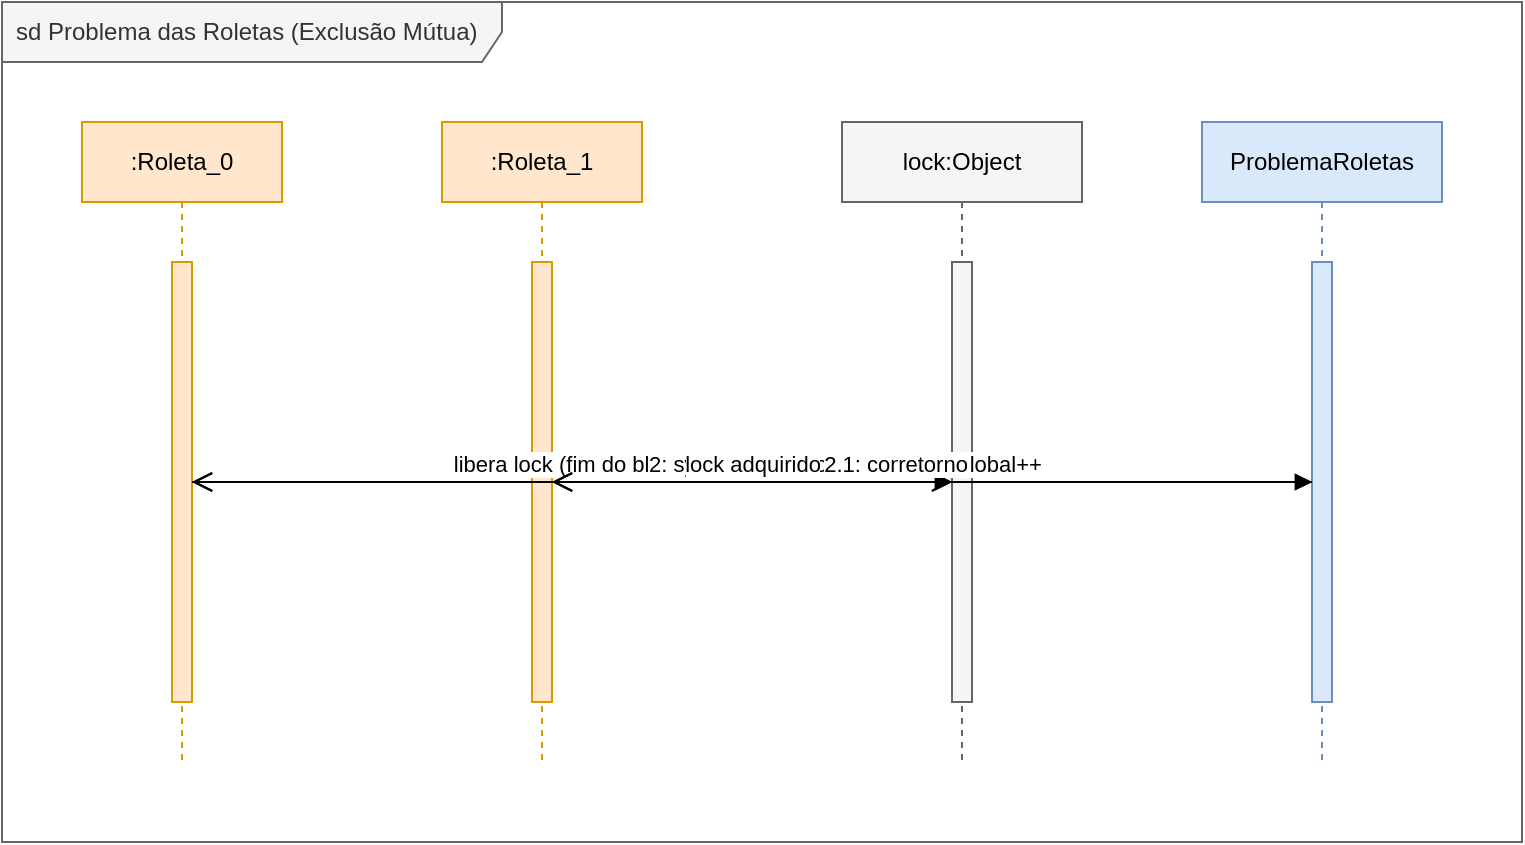
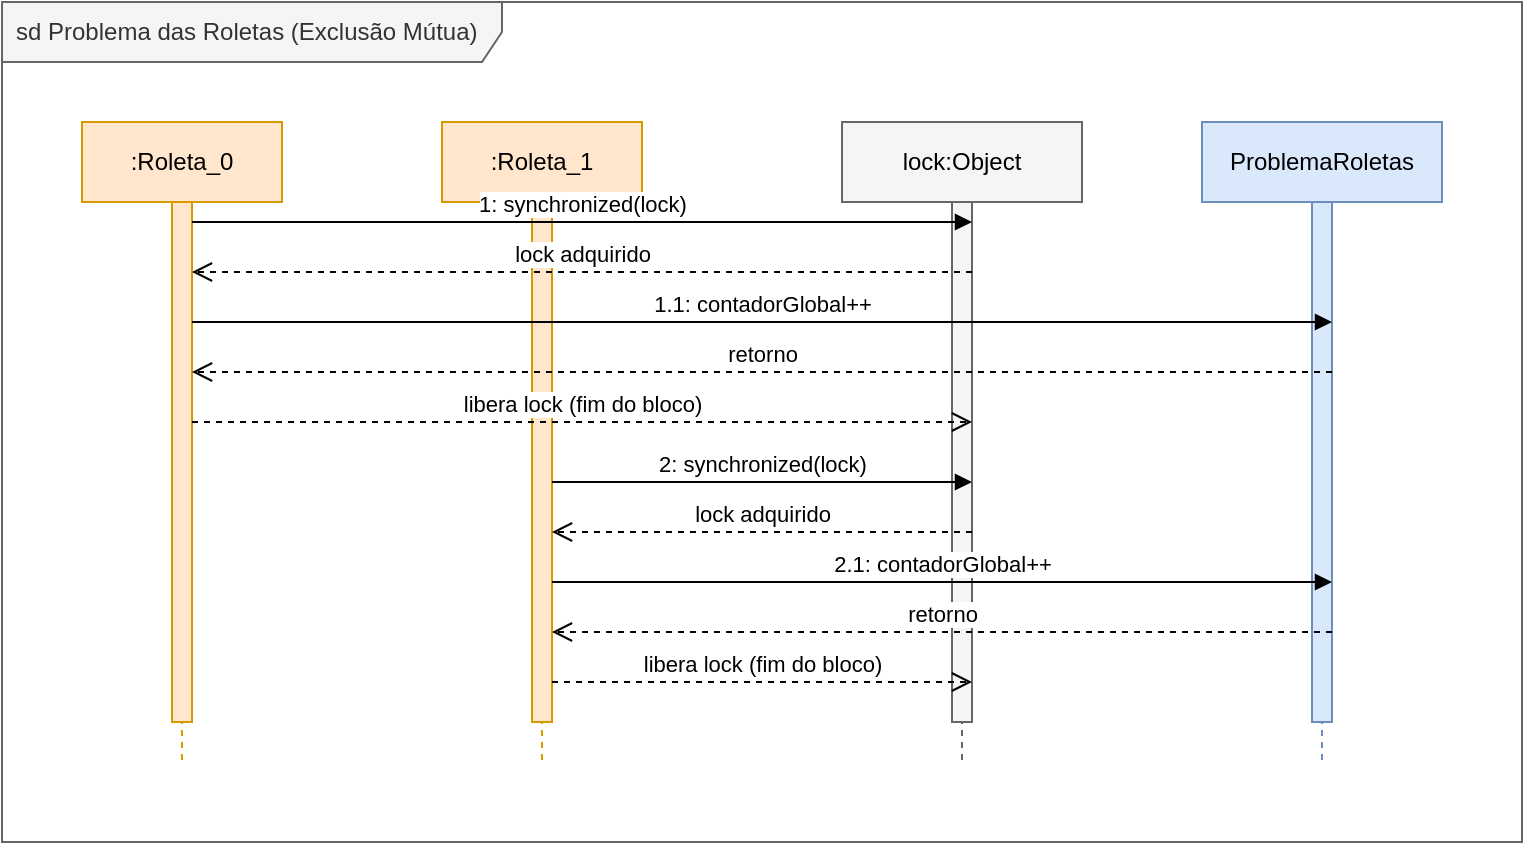
<mxfile host="65bd71144e" pages="1">
    <diagram id="roletas_sequence" name="Sequence Diagram">
        <mxGraphModel dx="622" dy="611" grid="1" gridSize="10" guides="1" tooltips="1" connect="1" arrows="1" fold="1" page="1" pageScale="1" pageWidth="1019" pageHeight="1320" math="0" shadow="0">
            <root>
                <mxCell id="0"/>
                <mxCell id="1" parent="0"/>
                <mxCell id="frame_container" value="sd Problema das Roletas (Exclusão Mútua)" style="shape=umlFrame;whiteSpace=wrap;html=1;width=250;height=30;boundedLbl=1;verticalAlign=middle;align=left;spacingLeft=5;fillColor=#f5f5f5;fontColor=#333333;strokeColor=#666666;" parent="1" vertex="1">
                    <mxGeometry x="20" y="20" width="760" height="420" as="geometry"/>
                </mxCell>
                <mxCell id="lifeline_r0" value=":Roleta_0" style="shape=umlLifeline;perimeter=lifelinePerimeter;whiteSpace=wrap;html=1;container=1;collapsible=0;recursiveResize=0;outlineConnect=0;fillColor=#ffe6cc;strokeColor=#d79b00;" parent="1" vertex="1">
                    <mxGeometry x="60" y="80" width="100" height="320" as="geometry"/>
                </mxCell>
                <mxCell id="act_r0" value="" style="html=1;points=[];perimeter=orthogonalPerimeter;fillColor=#ffe6cc;strokeColor=#d79b00;" parent="lifeline_r0" vertex="1">
-                     <mxGeometry x="45" y="70" width="10" height="220" as="geometry"/>
+                     <mxGeometry x="45" y="40" width="10" height="260" as="geometry"/>
                </mxCell>
                <mxCell id="lifeline_r1" value=":Roleta_1" style="shape=umlLifeline;perimeter=lifelinePerimeter;whiteSpace=wrap;html=1;container=1;collapsible=0;recursiveResize=0;outlineConnect=0;fillColor=#ffe6cc;strokeColor=#d79b00;" parent="1" vertex="1">
                    <mxGeometry x="240" y="80" width="100" height="320" as="geometry"/>
                </mxCell>
                <mxCell id="act_r1" value="" style="html=1;points=[];perimeter=orthogonalPerimeter;fillColor=#ffe6cc;strokeColor=#d79b00;" parent="lifeline_r1" vertex="1">
-                     <mxGeometry x="45" y="70" width="10" height="220" as="geometry"/>
+                     <mxGeometry x="45" y="40" width="10" height="260" as="geometry"/>
                </mxCell>
                <mxCell id="lifeline_lock" value="lock:Object" style="shape=umlLifeline;perimeter=lifelinePerimeter;whiteSpace=wrap;html=1;container=1;collapsible=0;recursiveResize=0;outlineConnect=0;fillColor=#f5f5f5;strokeColor=#666666;" parent="1" vertex="1">
                    <mxGeometry x="440" y="80" width="120" height="320" as="geometry"/>
                </mxCell>
                <mxCell id="act_lock" value="" style="html=1;points=[];perimeter=orthogonalPerimeter;fillColor=#f5f5f5;strokeColor=#666666;" parent="lifeline_lock" vertex="1">
-                     <mxGeometry x="55" y="70" width="10" height="220" as="geometry"/>
+                     <mxGeometry x="55" y="40" width="10" height="260" as="geometry"/>
                </mxCell>
                <mxCell id="lifeline_class" value="ProblemaRoletas" style="shape=umlLifeline;perimeter=lifelinePerimeter;whiteSpace=wrap;html=1;container=1;collapsible=0;recursiveResize=0;outlineConnect=0;fillColor=#dae8fc;strokeColor=#6c8ebf;" parent="1" vertex="1">
                    <mxGeometry x="620" y="80" width="120" height="320" as="geometry"/>
                </mxCell>
                <mxCell id="act_class" value="" style="html=1;points=[];perimeter=orthogonalPerimeter;fillColor=#dae8fc;strokeColor=#6c8ebf;" parent="lifeline_class" vertex="1">
-                     <mxGeometry x="55" y="70" width="10" height="220" as="geometry"/>
+                     <mxGeometry x="55" y="40" width="10" height="260" as="geometry"/>
                </mxCell>
-                 <mxCell id="msg_r0_lock" value="1: synchronized(lock)" style="html=1;verticalAlign=bottom;endArrow=block;rounded=0;" parent="1" source="act_r0" target="act_lock" edge="1">
+                 <mxCell id="msg_r0_lock" value="1: synchronized(lock)" style="html=1;verticalAlign=bottom;endArrow=block;rounded=0;" parent="1" edge="1">
                    <mxGeometry relative="1" as="geometry">
-                         <mxPoint x="115" y="150" as="sourcePoint"/>
-                         <mxPoint x="505" y="150" as="targetPoint"/>
+                         <mxPoint x="115" y="130" as="sourcePoint"/>
+                         <mxPoint x="505" y="130" as="targetPoint"/>
                    </mxGeometry>
                </mxCell>
-                 <mxCell id="msg_r0_lock_ret" value="lock adquirido" style="html=1;verticalAlign=bottom;endArrow=open;dashed=1;endSize=8;rounded=0;" parent="1" source="act_lock" target="act_r0" edge="1">
+                 <mxCell id="msg_r0_lock_ret" value="lock adquirido" style="html=1;verticalAlign=bottom;endArrow=open;dashed=1;endSize=8;rounded=0;" parent="1" edge="1">
                    <mxGeometry relative="1" as="geometry">
-                         <mxPoint x="505" y="180" as="sourcePoint"/>
-                         <mxPoint x="115" y="180" as="targetPoint"/>
+                         <mxPoint x="505" y="155" as="sourcePoint"/>
+                         <mxPoint x="115" y="155" as="targetPoint"/>
                    </mxGeometry>
                </mxCell>
-                 <mxCell id="msg_r0_inc" value="1.1: contadorGlobal++" style="html=1;verticalAlign=bottom;endArrow=block;rounded=0;" parent="1" source="act_r0" target="act_class" edge="1">
+                 <mxCell id="msg_r0_inc" value="1.1: contadorGlobal++" style="html=1;verticalAlign=bottom;endArrow=block;rounded=0;" parent="1" edge="1">
                    <mxGeometry relative="1" as="geometry">
-                         <mxPoint x="115" y="210" as="sourcePoint"/>
-                         <mxPoint x="685" y="210" as="targetPoint"/>
+                         <mxPoint x="115" y="180" as="sourcePoint"/>
+                         <mxPoint x="685" y="180" as="targetPoint"/>
                    </mxGeometry>
                </mxCell>
-                 <mxCell id="msg_r0_inc_ret" value="retorno" style="html=1;verticalAlign=bottom;endArrow=open;dashed=1;endSize=8;rounded=0;" parent="1" source="act_class" target="act_r0" edge="1">
+                 <mxCell id="msg_r0_inc_ret" value="retorno" style="html=1;verticalAlign=bottom;endArrow=open;dashed=1;endSize=8;rounded=0;" parent="1" edge="1">
                    <mxGeometry relative="1" as="geometry">
-                         <mxPoint x="685" y="240" as="sourcePoint"/>
-                         <mxPoint x="115" y="240" as="targetPoint"/>
+                         <mxPoint x="685" y="205" as="sourcePoint"/>
+                         <mxPoint x="115" y="205" as="targetPoint"/>
                    </mxGeometry>
                </mxCell>
-                 <mxCell id="msg_r0_unlock" value="libera lock (fim do bloco)" style="html=1;verticalAlign=bottom;endArrow=open;dashed=1;endSize=8;rounded=0;" parent="1" source="act_r0" target="act_lock" edge="1">
+                 <mxCell id="msg_r0_unlock" value="libera lock (fim do bloco)" style="html=1;verticalAlign=bottom;endArrow=open;dashed=1;endSize=8;rounded=0;" parent="1" edge="1">
                    <mxGeometry relative="1" as="geometry">
-                         <mxPoint x="115" y="270" as="sourcePoint"/>
-                         <mxPoint x="505" y="270" as="targetPoint"/>
+                         <mxPoint x="115" y="230" as="sourcePoint"/>
+                         <mxPoint x="505" y="230" as="targetPoint"/>
                    </mxGeometry>
                </mxCell>
-                 <mxCell id="msg_r1_lock" value="2: synchronized(lock)" style="html=1;verticalAlign=bottom;endArrow=block;rounded=0;" parent="1" source="act_r1" target="act_lock" edge="1">
+                 <mxCell id="msg_r1_lock" value="2: synchronized(lock)" style="html=1;verticalAlign=bottom;endArrow=block;rounded=0;" parent="1" edge="1">
                    <mxGeometry relative="1" as="geometry">
-                         <mxPoint x="295" y="290" as="sourcePoint"/>
-                         <mxPoint x="505" y="290" as="targetPoint"/>
+                         <mxPoint x="295" y="260" as="sourcePoint"/>
+                         <mxPoint x="505" y="260" as="targetPoint"/>
                    </mxGeometry>
                </mxCell>
-                 <mxCell id="msg_r1_lock_ret" value="lock adquirido" style="html=1;verticalAlign=bottom;endArrow=open;dashed=1;endSize=8;rounded=0;" parent="1" source="act_lock" target="act_r1" edge="1">
+                 <mxCell id="msg_r1_lock_ret" value="lock adquirido" style="html=1;verticalAlign=bottom;endArrow=open;dashed=1;endSize=8;rounded=0;" parent="1" edge="1">
                    <mxGeometry relative="1" as="geometry">
-                         <mxPoint x="505" y="320" as="sourcePoint"/>
-                         <mxPoint x="295" y="320" as="targetPoint"/>
+                         <mxPoint x="505" y="285" as="sourcePoint"/>
+                         <mxPoint x="295" y="285" as="targetPoint"/>
                    </mxGeometry>
                </mxCell>
-                 <mxCell id="msg_r1_inc" value="2.1: contadorGlobal++" style="html=1;verticalAlign=bottom;endArrow=block;rounded=0;" parent="1" source="act_r1" target="act_class" edge="1">
+                 <mxCell id="msg_r1_inc" value="2.1: contadorGlobal++" style="html=1;verticalAlign=bottom;endArrow=block;rounded=0;" parent="1" edge="1">
                    <mxGeometry relative="1" as="geometry">
-                         <mxPoint x="295" y="350" as="sourcePoint"/>
-                         <mxPoint x="685" y="350" as="targetPoint"/>
+                         <mxPoint x="295" y="310" as="sourcePoint"/>
+                         <mxPoint x="685" y="310" as="targetPoint"/>
                    </mxGeometry>
                </mxCell>
-                 <mxCell id="msg_r1_inc_ret" value="retorno" style="html=1;verticalAlign=bottom;endArrow=open;dashed=1;endSize=8;rounded=0;" parent="1" source="act_class" target="act_r1" edge="1">
+                 <mxCell id="msg_r1_inc_ret" value="retorno" style="html=1;verticalAlign=bottom;endArrow=open;dashed=1;endSize=8;rounded=0;" parent="1" edge="1">
                    <mxGeometry relative="1" as="geometry">
-                         <mxPoint x="685" y="380" as="sourcePoint"/>
-                         <mxPoint x="295" y="380" as="targetPoint"/>
+                         <mxPoint x="685" y="335" as="sourcePoint"/>
+                         <mxPoint x="295" y="335" as="targetPoint"/>
+                     </mxGeometry>
+                 </mxCell>
+                 <mxCell id="msg_r1_unlock" value="libera lock (fim do bloco)" style="html=1;verticalAlign=bottom;endArrow=open;dashed=1;endSize=8;rounded=0;" parent="1" edge="1">
+                     <mxGeometry relative="1" as="geometry">
+                         <mxPoint x="295" y="360" as="sourcePoint"/>
+                         <mxPoint x="505" y="360" as="targetPoint"/>
                    </mxGeometry>
                </mxCell>
            </root>
        </mxGraphModel>
    </diagram>
</mxfile>